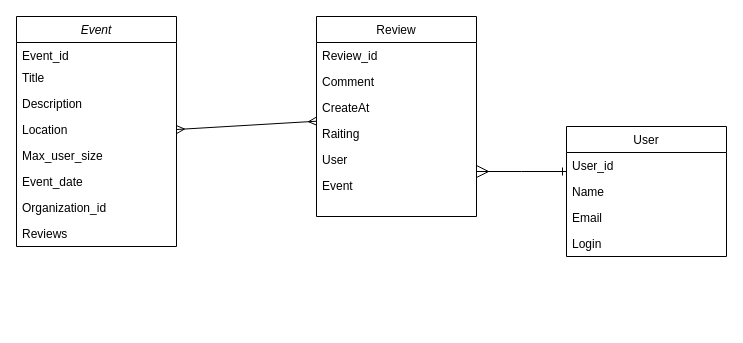
This is src/main/resources/diagrams/EventService.drawio from Kolbasalive/EventService, a draw.io file, before an edit. Source tidied: cells renumbered, new cells numbered last; positions are measured from the earlier drawing's top-left corner, leaving out a move shared by most shapes. Both pictures are drawn from the tidied source at 100%, with x=0, y=0 at pixel (16, 16).
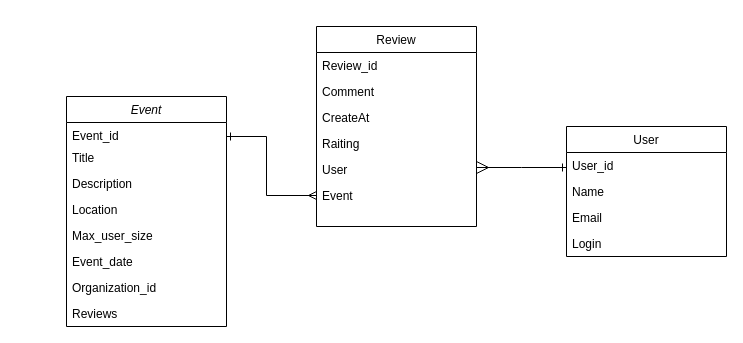
After the change.

Commit message:
Rename Prod and add diagrams

The change refers to these unchanged cells:
```xml
<mxCell id="6" value="Location" style="text;align=left;verticalAlign=top;spacingLeft=4;spacingRight=4;overflow=hidden;points=[[0,0.5],[1,0.5]];portConstraint=eastwest;rounded=0;shadow=0;html=0;" parent="2" vertex="1">
  <mxGeometry y="100" width="160" height="26" as="geometry" />
</mxCell>
<mxCell id="11" value="User" style="swimlane;fontStyle=0;align=center;verticalAlign=top;horizontal=1;startSize=26;rounded=0;shadow=0;strokeWidth=1;" parent="1" vertex="1">
  <mxGeometry x="550" y="110" width="160" height="130" as="geometry" />
</mxCell>
<mxCell id="12" value="User_id" style="text;align=left;verticalAlign=top;spacingLeft=4;spacingRight=4;overflow=hidden;points=[[0,0.5],[1,0.5]];portConstraint=eastwest;" parent="11" vertex="1">
  <mxGeometry y="26" width="160" height="26" as="geometry" />
</mxCell>
<mxCell id="22" value="User" style="text;align=left;verticalAlign=top;spacingLeft=4;spacingRight=4;overflow=hidden;points=[[0,0.5],[1,0.5]];portConstraint=eastwest;rounded=0;shadow=0;html=0;" parent="17" vertex="1">
  <mxGeometry y="130" width="160" height="26" as="geometry" />
</mxCell>
<mxCell id="23" value="Event" style="text;align=left;verticalAlign=top;spacingLeft=4;spacingRight=4;overflow=hidden;points=[[0,0.5],[1,0.5]];portConstraint=eastwest;rounded=0;shadow=0;html=0;" parent="17" vertex="1">
  <mxGeometry y="156" width="160" height="26" as="geometry" />
</mxCell>
```

The edit, as a diff of the source:
```diff
@@
     <mxCell id="2" value="Event" style="swimlane;fontStyle=2;align=center;verticalAlign=top;horizontal=1;startSize=26;rounded=0;shadow=0;strokeWidth=1;" parent="1" vertex="1">
-      <mxGeometry width="160" height="230" as="geometry" />
+      <mxGeometry x="50" y="80" width="160" height="230" as="geometry" />
     </mxCell>
@@
-    <mxCell id="16" style="endArrow=ERmany;endSize=10;endFill=0;shadow=0;strokeWidth=1;rounded=0;curved=0;edgeStyle=elbowEdgeStyle;elbow=vertical;startArrow=ERone;startFill=0;" parent="1" edge="1" source="11" target="17">
+    <mxCell id="16" style="endArrow=ERmany;endSize=10;endFill=0;shadow=0;strokeWidth=1;rounded=0;curved=0;edgeStyle=elbowEdgeStyle;elbow=vertical;startArrow=ERone;startFill=0;" parent="1" edge="1" source="12" target="22">
       <mxGeometry relative="1" as="geometry" />
     </mxCell>
     <mxCell id="17" value="Review" style="swimlane;fontStyle=0;align=center;verticalAlign=top;horizontal=1;startSize=26;rounded=0;shadow=0;strokeWidth=1;" parent="1" vertex="1">
-      <mxGeometry x="300" width="160" height="200" as="geometry" />
+      <mxGeometry x="300" y="10" width="160" height="200" as="geometry" />
     </mxCell>
@@
-    <mxCell id="24" style="endArrow=ERmany;startArrow=ERmany;html=1;rounded=0;startFill=0;endFill=0;exitX=1;exitY=0.5;exitDx=0;exitDy=0;" parent="1" edge="1" source="6" target="17">
-      <mxGeometry relative="1" as="geometry" />
+    <mxCell id="24" style="endArrow=ERmany;startArrow=ERone;html=1;rounded=0;startFill=0;endFill=0;entryX=0;entryY=0.5;entryDx=0;entryDy=0;" parent="1" edge="1" target="23">
+      <mxGeometry relative="1" as="geometry">
+        <mxPoint x="210" y="120" as="sourcePoint" />
+        <Array as="points">
+          <mxPoint x="250" y="120" />
+          <mxPoint x="250" y="179" />
+        </Array>
+      </mxGeometry>
     </mxCell>
```
